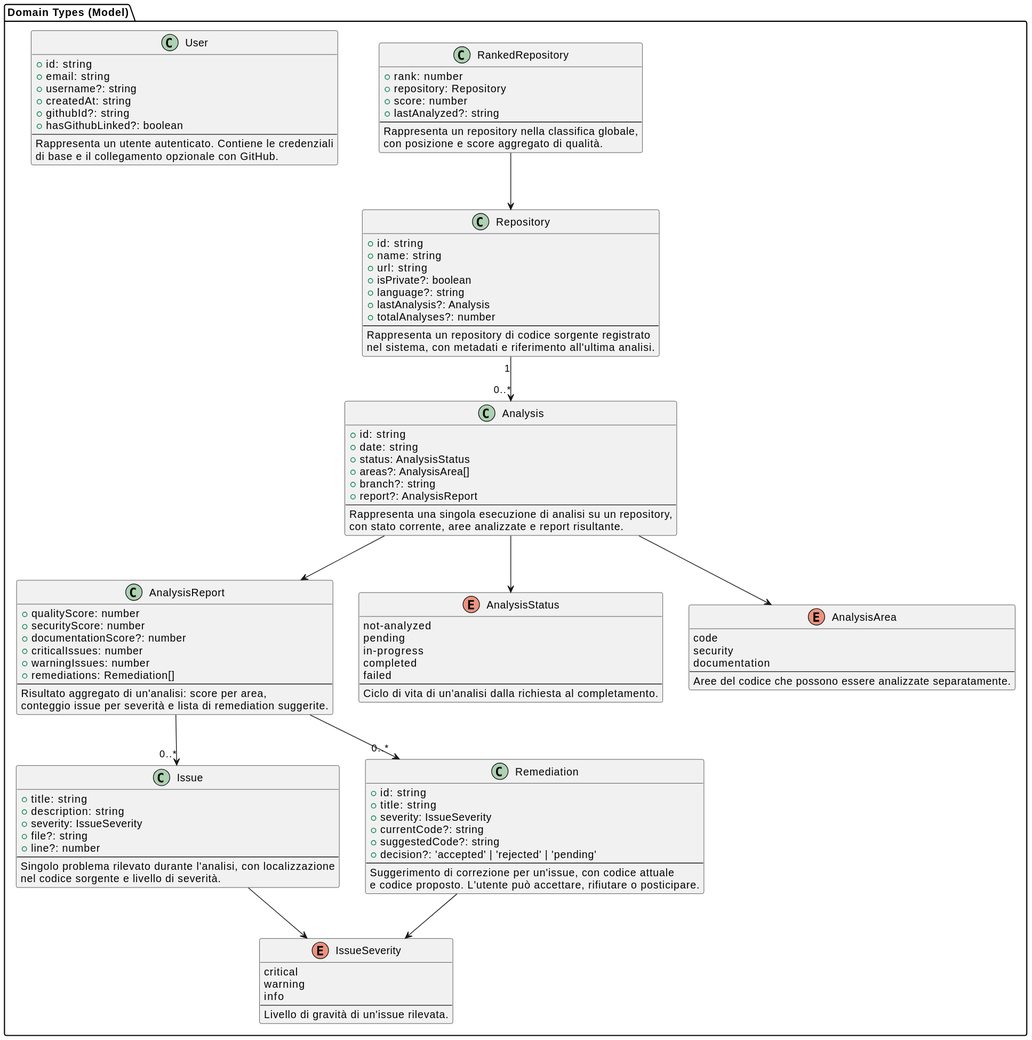
Before: assets/st_diagrams/svg/types.svg, a diagram exported from PlantUML (SkarabGroup/DocumentazioneProgetto). Its diagram source:
```plantuml
@startuml
package "Domain Types (Model)" {

  class User {
    + id: string
    + email: string
    + username?: string
    + createdAt: string
    + githubId?: string
    + hasGithubLinked?: boolean
    --
    Rappresenta un utente autenticato. Contiene le credenziali
    di base e il collegamento opzionale con GitHub.
  }

  class Repository {
    + id: string
    + name: string
    + url: string
    + isPrivate?: boolean
    + language?: string
    + lastAnalysis?: Analysis
    + totalAnalyses?: number
    --
    Rappresenta un repository di codice sorgente registrato
    nel sistema, con metadati e riferimento all'ultima analisi.
  }

  class Analysis {
    + id: string
    + date: string
    + status: AnalysisStatus
    + areas?: AnalysisArea[]
    + branch?: string
    + report?: AnalysisReport
    --
    Rappresenta una singola esecuzione di analisi su un repository,
    con stato corrente, aree analizzate e report risultante.
  }

  class AnalysisReport {
    + qualityScore: number
    + securityScore: number
    + documentationScore?: number
    + criticalIssues: number
    + warningIssues: number
    + remediations: Remediation[]
    --
    Risultato aggregato di un'analisi: score per area,
    conteggio issue per severità e lista di remediation suggerite.
  }

  class Issue {
    + title: string
    + description: string
    + severity: IssueSeverity
    + file?: string
    + line?: number
    --
    Singolo problema rilevato durante l'analisi, con localizzazione
    nel codice sorgente e livello di severità.
  }

  class Remediation {
    + id: string
    + title: string
    + severity: IssueSeverity
    + currentCode?: string
    + suggestedCode?: string
    + decision?: 'accepted' | 'rejected' | 'pending'
    --
    Suggerimento di correzione per un'issue, con codice attuale
    e codice proposto. L'utente può accettare, rifiutare o posticipare.
  }

  class RankedRepository {
    + rank: number
    + repository: Repository
    + score: number
    + lastAnalyzed?: string
    --
    Rappresenta un repository nella classifica globale,
    con posizione e score aggregato di qualità.
  }

  enum AnalysisStatus {
    not-analyzed
    pending
    in-progress
    completed
    failed
    --
    Ciclo di vita di un'analisi dalla richiesta al completamento.
  }

  enum IssueSeverity {
    critical
    warning
    info
    --
    Livello di gravità di un'issue rilevata.
  }

  enum AnalysisArea {
    code
    security
    documentation
    --
    Aree del codice che possono essere analizzate separatamente.
  }

  Repository "1" --> "0..*" Analysis
  Analysis --> AnalysisReport
  AnalysisReport --> "0..*" Issue
  AnalysisReport --> "0..*" Remediation
  RankedRepository --> Repository
  Analysis --> AnalysisStatus
  Issue --> IssueSeverity
  Remediation --> IssueSeverity
  Analysis --> AnalysisArea
}
@enduml
```
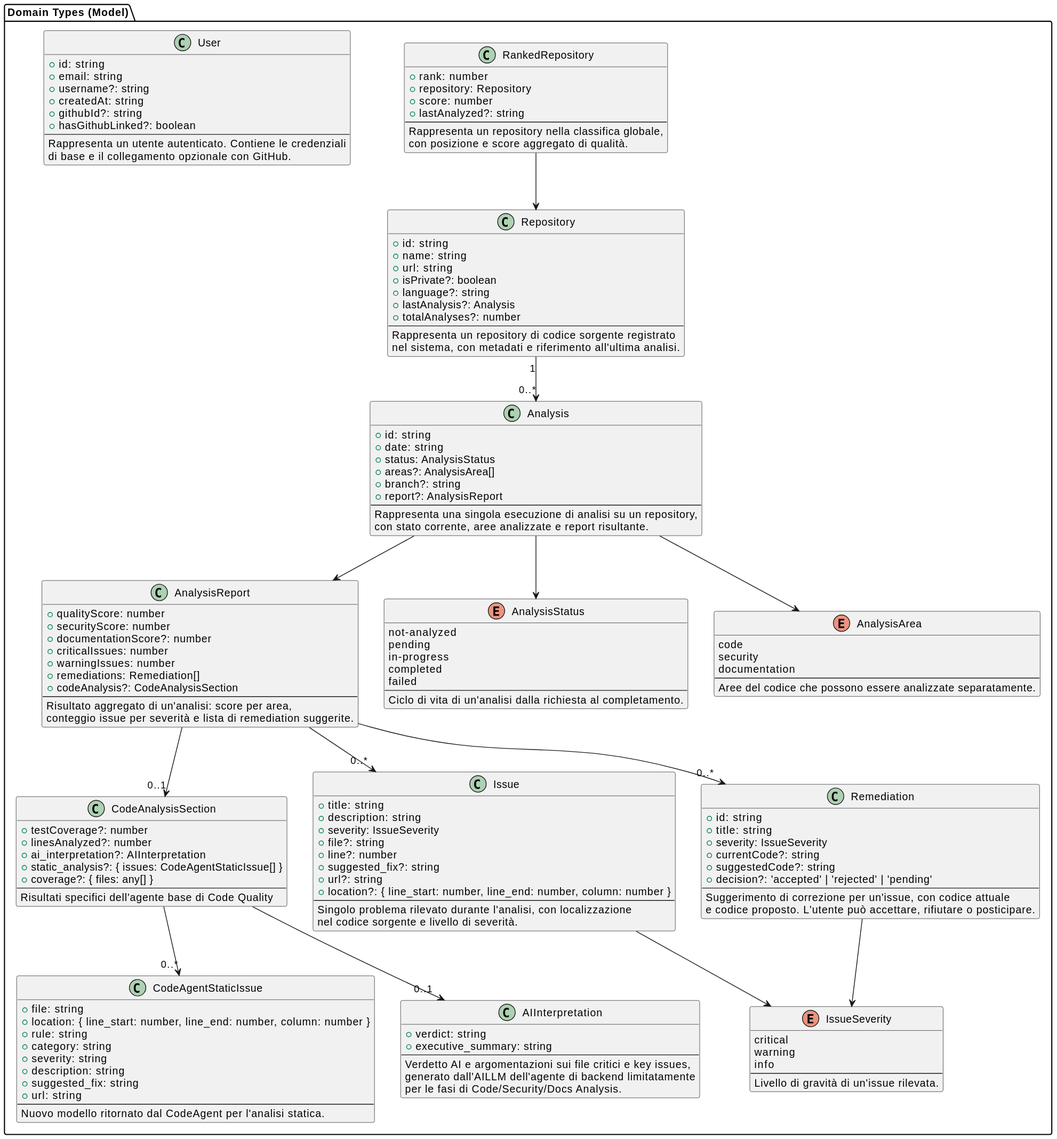
After the change.

The edit, as a diff of the source:
```diff
@@ -45,9 +45,20 @@
     + criticalIssues: number
     + warningIssues: number
     + remediations: Remediation[]
+    + codeAnalysis?: CodeAnalysisSection
     --
     Risultato aggregato di un'analisi: score per area,
     conteggio issue per severità e lista di remediation suggerite.
+  }
+
+  class CodeAnalysisSection {
+    + testCoverage?: number
+    + linesAnalyzed?: number
+    + ai_interpretation?: AIInterpretation
+    + static_analysis?: { issues: CodeAgentStaticIssue[] }
+    + coverage?: { files: any[] }
+    --
+    Risultati specifici dell'agente base di Code Quality
   }
 
   class Issue {
@@ -56,9 +67,34 @@
     + severity: IssueSeverity
     + file?: string
     + line?: number
+    + suggested_fix?: string
+    + url?: string
+    + location?: { line_start: number, line_end: number, column: number }
     --
     Singolo problema rilevato durante l'analisi, con localizzazione
     nel codice sorgente e livello di severità.
+  }
+
+  class CodeAgentStaticIssue {
+    + file: string
+    + location: { line_start: number, line_end: number, column: number }
+    + rule: string
+    + category: string
+    + severity: string
+    + description: string
+    + suggested_fix: string
+    + url: string
+    --
+    Nuovo modello ritornato dal CodeAgent per l'analisi statica.
+  }
+
+  class AIInterpretation {
+    + verdict: string
+    + executive_summary: string
+    --
+    Verdetto AI e argomentazioni sui file critici e key issues,
+    generato dall'AILLM dell'agente di backend limitatamente
+    per le fasi di Code/Security/Docs Analysis.
   }
 
   class Remediation {
@@ -113,6 +149,9 @@
   Analysis --> AnalysisReport
   AnalysisReport --> "0..*" Issue
   AnalysisReport --> "0..*" Remediation
+  AnalysisReport --> "0..1" CodeAnalysisSection
+  CodeAnalysisSection --> "0..1" AIInterpretation
+  CodeAnalysisSection --> "0..*" CodeAgentStaticIssue
   RankedRepository --> Repository
   Analysis --> AnalysisStatus
   Issue --> IssueSeverity
```
